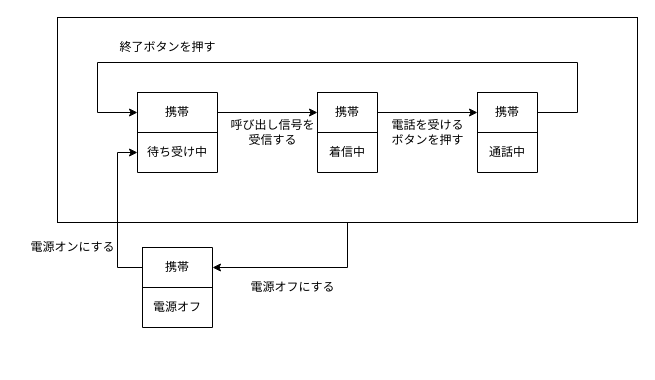
Earlier version of the draw.io diagram Lesson03/Lesson3-3.drawio (ucsaeki/UML_chonyumon). Source tidied: cells renumbered, new cells numbered last; positions are measured from the earlier drawing's top-left corner, leaving out a move shared by most shapes. Both pictures are drawn from the tidied source at 100%, with x=0, y=0 at pixel (17, 17).
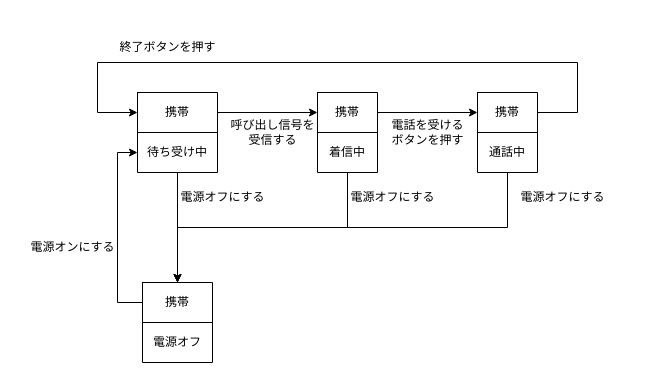
Above is the later version.

Unchanged cells that the change refers to:
```xml
<mxCell id="7" style="shape=tableRow;horizontal=0;startSize=0;swimlaneHead=0;swimlaneBody=0;strokeColor=inherit;top=0;left=0;bottom=0;right=0;fillColor=none;points=[[0,0.5],[1,0.5]];portConstraint=eastwest;" parent="4" vertex="1">
  <mxGeometry y="40" width="80" height="40" as="geometry" />
</mxCell>
<mxCell id="12" style="shape=tableRow;horizontal=0;startSize=0;swimlaneHead=0;swimlaneBody=0;strokeColor=inherit;top=0;left=0;bottom=0;right=0;fillColor=none;points=[[0,0.5],[1,0.5]];portConstraint=eastwest;" parent="9" vertex="1">
  <mxGeometry y="40" width="60" height="40" as="geometry" />
</mxCell>
<mxCell id="17" style="shape=tableRow;horizontal=0;startSize=0;swimlaneHead=0;swimlaneBody=0;strokeColor=inherit;top=0;left=0;bottom=0;right=0;fillColor=none;points=[[0,0.5],[1,0.5]];portConstraint=eastwest;" parent="14" vertex="1">
  <mxGeometry y="40" width="60" height="40" as="geometry" />
</mxCell>
<mxCell id="20" style="shape=tableRow;horizontal=0;startSize=0;swimlaneHead=0;swimlaneBody=0;strokeColor=inherit;top=0;left=0;bottom=0;right=0;fillColor=none;points=[[0,0.5],[1,0.5]];portConstraint=eastwest;" parent="19" vertex="1">
  <mxGeometry width="70" height="40" as="geometry" />
</mxCell>
```

Change to the diagram source:
```diff
@@
-    <mxCell id="2" style="edgeStyle=orthogonalEdgeStyle;rounded=0;jettySize=auto;html=1;exitX=0.5;exitY=1;exitDx=0;exitDy=0;entryX=1;entryY=0.5;entryDx=0;entryDy=0;" parent="1" edge="1" source="3" target="20">
-      <mxGeometry relative="1" as="geometry" />
-    </mxCell>
-    <mxCell id="3" style="rounded=0;whiteSpace=wrap;html=1;" parent="1" vertex="1">
-      <mxGeometry x="40" width="580" height="205" as="geometry" />
-    </mxCell>
@@
     <mxCell id="19" style="shape=table;startSize=0;childLayout=tableLayout;" parent="1" vertex="1">
-      <mxGeometry x="125" y="230" width="70" height="80" as="geometry" />
+      <mxGeometry x="125" y="265" width="70" height="80" as="geometry" />
     </mxCell>
@@
     <mxCell id="35" value="電源オフにする" style="text;html=1;align=center;verticalAlign=middle;strokeColor=none;fillColor=none;" parent="1" vertex="1">
-      <mxGeometry x="220" y="255" width="110" height="30" as="geometry" />
+      <mxGeometry x="150" y="165" width="110" height="30" as="geometry" />
     </mxCell>
@@
+    <mxCell id="37" style="edgeStyle=elbowEdgeStyle;rounded=0;jettySize=auto;html=1;elbow=vertical;" parent="1" edge="1" source="17" target="20">
+      <mxGeometry relative="1" as="geometry" />
+    </mxCell>
+    <mxCell id="38" style="endArrow=classic;html=1;rounded=0;edgeStyle=elbowEdgeStyle;elbow=vertical;" parent="1" edge="1" source="12" target="20">
+      <mxGeometry relative="1" as="geometry" />
+    </mxCell>
+    <mxCell id="39" style="endArrow=classic;html=1;rounded=0;" parent="1" edge="1" source="7">
+      <mxGeometry relative="1" as="geometry">
+        <mxPoint x="160" y="265" as="targetPoint" />
+      </mxGeometry>
+    </mxCell>
+    <mxCell id="40" style="text;html=1;align=center;verticalAlign=middle;strokeColor=none;fillColor=none;" parent="1" vertex="1">
+      <mxGeometry x="360" y="273" width="20" height="30" as="geometry" />
+    </mxCell>
+    <mxCell id="41" value="電源オフにする" style="text;html=1;align=center;verticalAlign=middle;strokeColor=none;fillColor=none;" parent="1" vertex="1">
+      <mxGeometry x="320" y="165" width="110" height="30" as="geometry" />
+    </mxCell>
+    <mxCell id="42" value="電源オフにする" style="text;html=1;align=center;verticalAlign=middle;strokeColor=none;fillColor=none;" parent="1" vertex="1">
+      <mxGeometry x="490" y="165" width="110" height="30" as="geometry" />
+    </mxCell>
```
